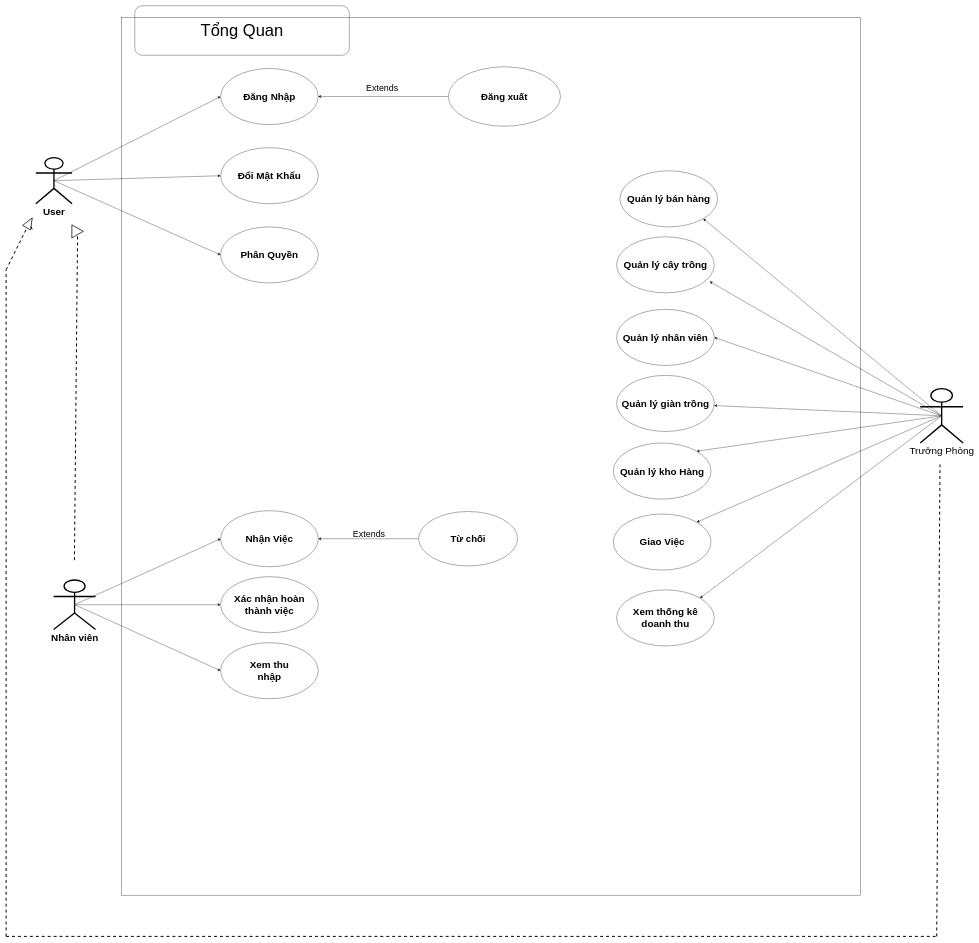
The draw.io diagram page "Tổng Quan" (1 of 4) of FarmSys/Document_nhom1/UserCase_FarmSys_Nhom1.drawio in chunn24/Duan1, before the edit. Source tidied: cells renumbered, new cells numbered last; positions are measured from the earlier drawing's top-left corner, leaving out a move shared by most shapes. Both pictures are drawn from the tidied source at 33%, with x=0, y=0 at pixel (6, 6).
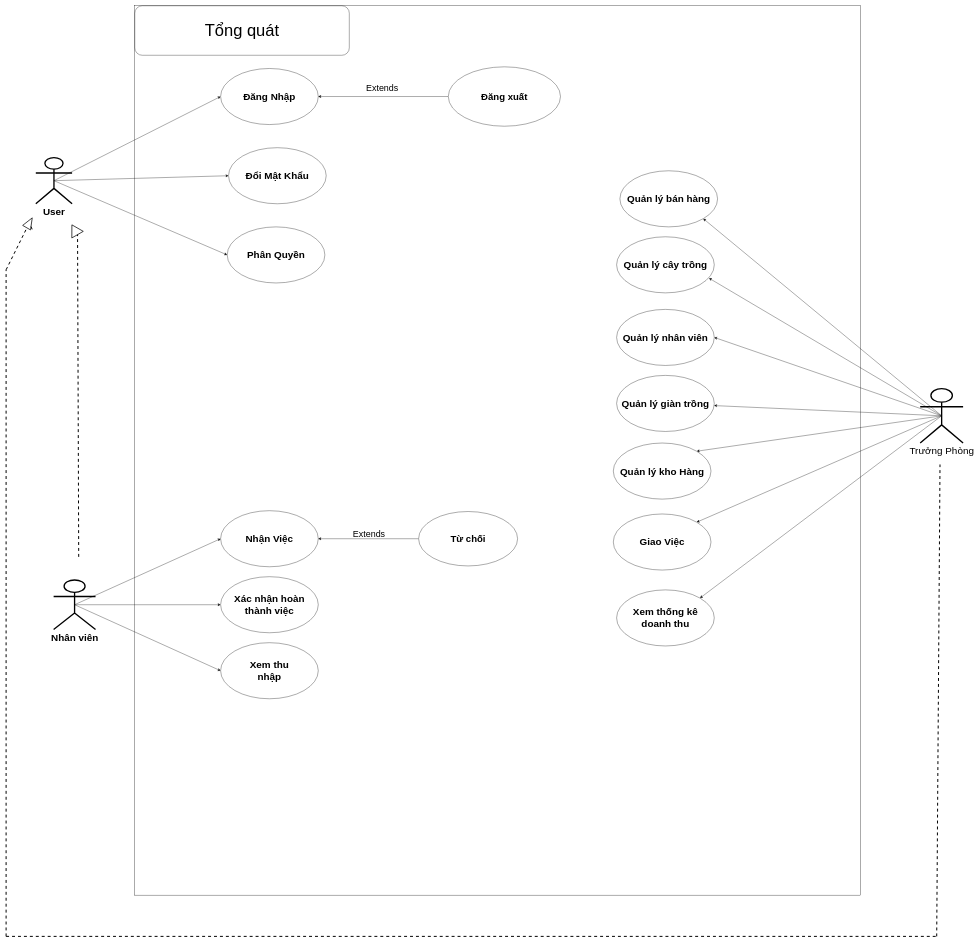
The same diagram, later.

The change refers to these unchanged cells:
```xml
<mxCell id="3" value="&lt;font style=&quot;font-size: 30px&quot;&gt;Trưởng Phòng&lt;/font&gt;" style="shape=umlActor;verticalLabelPosition=bottom;verticalAlign=top;html=1;outlineConnect=0;strokeWidth=4;" parent="1" vertex="1">
  <mxGeometry x="2770" y="1160" width="130" height="165" as="geometry" />
</mxCell>
<mxCell id="30" value="Quản lý cây trồng" style="ellipse;whiteSpace=wrap;html=1;fontSize=30;fontStyle=1;" parent="1" vertex="1">
  <mxGeometry x="1850" y="700" width="296" height="170" as="geometry" />
</mxCell>
<mxCell id="46" style="triangle;whiteSpace=wrap;html=1;fillColor=none;rotation=-120;strokeWidth=2;" parent="1" vertex="1">
  <mxGeometry x="190.8" y="658.7" width="34.3" height="40" as="geometry" />
</mxCell>
```

The edit, as a diff of the source:
```diff
@@
     <mxCell id="2" style="rounded=0;whiteSpace=wrap;html=1;fontSize=30;verticalAlign=middle;fillColor=none;" parent="1" vertex="1">
-      <mxGeometry x="350" y="35" width="2240" height="2660" as="geometry" />
+      <mxGeometry x="390" width="2200" height="2695" as="geometry" />
     </mxCell>
@@
-    <mxCell id="9" style="endArrow=classic;html=1;rounded=0;exitX=0.5;exitY=0.5;exitDx=0;exitDy=0;exitPerimeter=0;entryX=0.953;entryY=0.797;entryDx=0;entryDy=0;entryPerimeter=0;" parent="1" edge="1" source="3" target="30">
+    <mxCell id="9" style="endArrow=classic;html=1;rounded=0;exitX=0.5;exitY=0.5;exitDx=0;exitDy=0;exitPerimeter=0;entryX=0.946;entryY=0.738;entryDx=0;entryDy=0;entryPerimeter=0;" parent="1" edge="1" source="3" target="30">
       <mxGeometry relative="1" as="geometry" />
     </mxCell>
@@
-    <mxCell id="14" value="Tổng Quan" style="rounded=1;whiteSpace=wrap;html=1;fillColor=none;fontSize=50;" parent="1" vertex="1">
+    <mxCell id="14" value="Tổng quát" style="rounded=1;whiteSpace=wrap;html=1;fillColor=none;fontSize=50;" parent="1" vertex="1">
       <mxGeometry x="390" width="650" height="150" as="geometry" />
     </mxCell>
@@
     <mxCell id="19" value="Phân Quyền" style="ellipse;whiteSpace=wrap;html=1;fontSize=30;fontStyle=1;" parent="1" vertex="1">
-      <mxGeometry x="650" y="670" width="296" height="170" as="geometry" />
+      <mxGeometry x="670" y="670" width="296" height="170" as="geometry" />
     </mxCell>
     <mxCell id="20" value="Đổi Mật Khẩu" style="ellipse;whiteSpace=wrap;html=1;fontSize=30;fontStyle=1;" parent="1" vertex="1">
-      <mxGeometry x="650" y="430" width="296" height="170" as="geometry" />
+      <mxGeometry x="674" y="430" width="296" height="170" as="geometry" />
     </mxCell>
@@
     <mxCell id="45" style="endArrow=none;dashed=1;html=1;fontSize=19;strokeWidth=3;entryX=0;entryY=0.5;entryDx=0;entryDy=0;" parent="1" edge="1" target="46">
       <mxGeometry relative="1" as="geometry">
-        <mxPoint x="207" y="1680" as="sourcePoint" />
+        <mxPoint x="220" y="1670" as="sourcePoint" />
       </mxGeometry>
     </mxCell>
```
